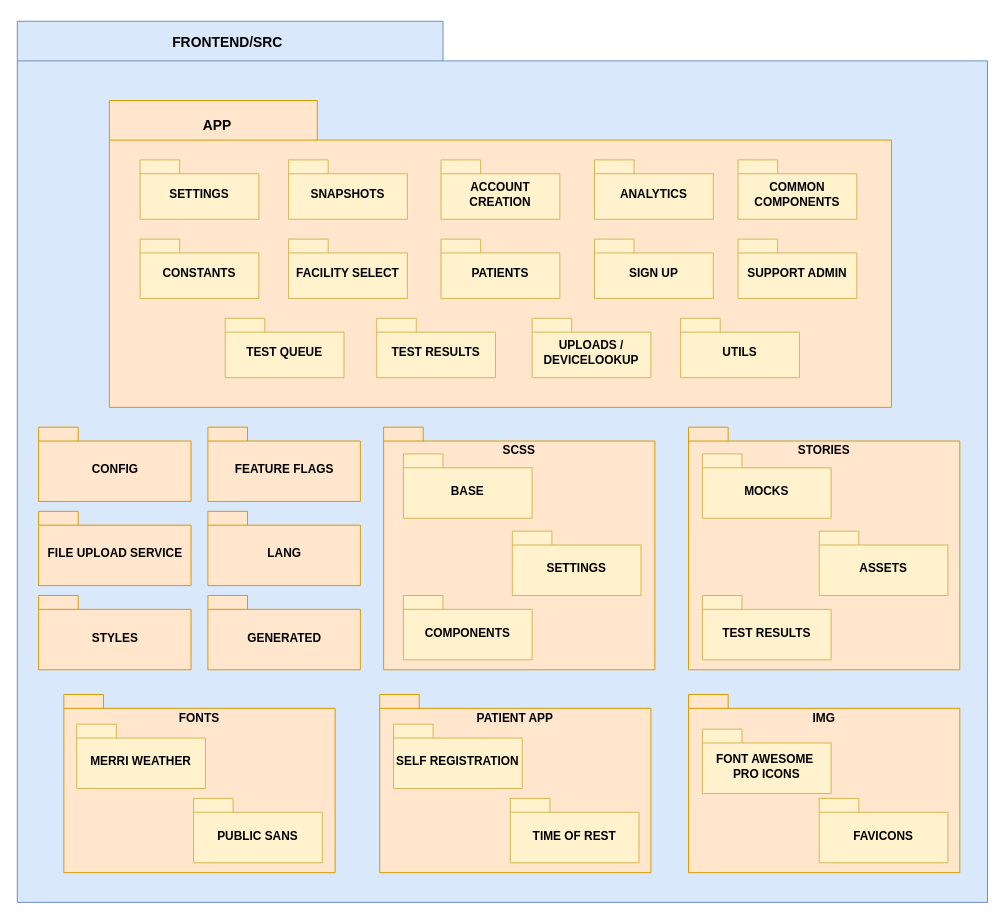
This is VISTA DE DESARROLLO AISS FRONT.drawio from VictorSoler05/DRAW_IO, a draw.io file, before an edit. Source tidied: cells renumbered, new cells numbered last; positions are measured from the earlier drawing's top-left corner, leaving out a move shared by most shapes. Both pictures are drawn from the tidied source at 99%, with x=0, y=0 at pixel (17, 21).
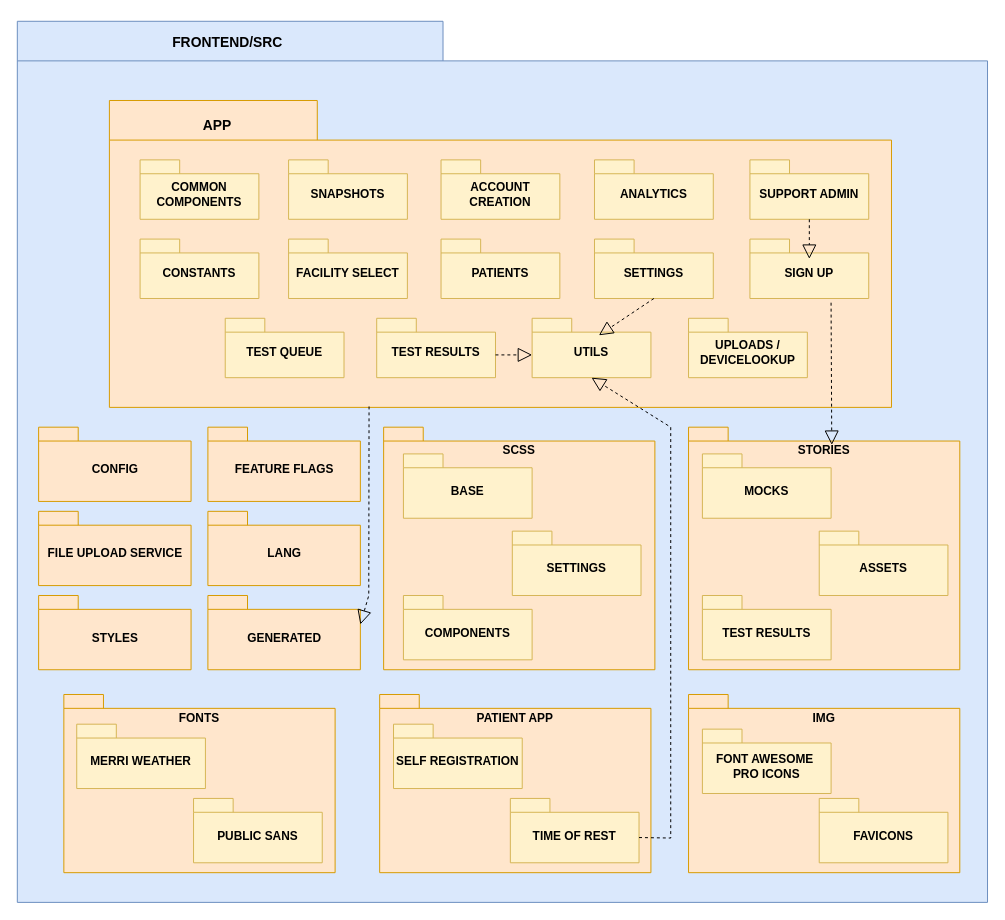
After the change.

The change refers to these unchanged cells:
```xml
<mxCell id="6" value="&amp;nbsp; &amp;nbsp; &amp;nbsp; &amp;nbsp; &amp;nbsp; &amp;nbsp; &amp;nbsp; &amp;nbsp; &amp;nbsp; &amp;nbsp; &amp;nbsp; &amp;nbsp; APP" style="shape=folder;fontStyle=1;spacingTop=10;tabWidth=210;tabHeight=40;tabPosition=left;html=1;whiteSpace=wrap;verticalAlign=top;fillColor=#ffe6cc;strokeColor=#d79b00;align=left;fontSize=14;" parent="1" vertex="1">
  <mxGeometry x="93" y="80" width="790" height="310" as="geometry" />
</mxCell>
<mxCell id="23" value="TEST RESULTS" style="shape=folder;fontStyle=1;spacingTop=10;tabWidth=40;tabHeight=14;tabPosition=left;html=1;whiteSpace=wrap;fillColor=#fff2cc;strokeColor=#d6b656;" parent="1" vertex="1">
  <mxGeometry x="363" y="300" width="120" height="60" as="geometry" />
</mxCell>
<mxCell id="28" value="GENERATED" style="shape=folder;fontStyle=1;spacingTop=10;tabWidth=40;tabHeight=14;tabPosition=left;html=1;whiteSpace=wrap;verticalAlign=middle;fillColor=#ffe6cc;strokeColor=#d79b00;" parent="1" vertex="1">
  <mxGeometry x="192.5" y="580" width="154" height="75" as="geometry" />
</mxCell>
<mxCell id="31" value="TIME OF REST" style="shape=folder;fontStyle=1;spacingTop=10;tabWidth=40;tabHeight=14;tabPosition=left;html=1;whiteSpace=wrap;fillColor=#fff2cc;strokeColor=#d6b656;" parent="1" vertex="1">
  <mxGeometry x="498" y="785" width="130" height="65" as="geometry" />
</mxCell>
<mxCell id="37" value="STORIES" style="shape=folder;fontStyle=1;spacingTop=10;tabWidth=40;tabHeight=14;tabPosition=left;html=1;whiteSpace=wrap;verticalAlign=top;fillColor=#ffe6cc;strokeColor=#d79b00;" parent="1" vertex="1">
  <mxGeometry x="678" y="410" width="274" height="245" as="geometry" />
</mxCell>
```

The edit, as a diff of the source:
```diff
@@
     <mxCell id="11" value="COMMON COMPONENTS" style="shape=folder;fontStyle=1;spacingTop=10;tabWidth=40;tabHeight=14;tabPosition=left;html=1;whiteSpace=wrap;fillColor=#fff2cc;strokeColor=#d6b656;" parent="1" vertex="1">
-      <mxGeometry x="728" y="140" width="120" height="60" as="geometry" />
+      <mxGeometry x="124" y="140" width="120" height="60" as="geometry" />
     </mxCell>
@@
     <mxCell id="13" value="SIGN UP" style="shape=folder;fontStyle=1;spacingTop=10;tabWidth=40;tabHeight=14;tabPosition=left;html=1;whiteSpace=wrap;fillColor=#fff2cc;strokeColor=#d6b656;" parent="1" vertex="1">
-      <mxGeometry x="583" y="220" width="120" height="60" as="geometry" />
+      <mxGeometry x="740" y="220" width="120" height="60" as="geometry" />
     </mxCell>
@@
     <mxCell id="20" value="SETTINGS" style="shape=folder;fontStyle=1;spacingTop=10;tabWidth=40;tabHeight=14;tabPosition=left;html=1;whiteSpace=wrap;fillColor=#fff2cc;strokeColor=#d6b656;" parent="1" vertex="1">
-      <mxGeometry x="124" y="140" width="120" height="60" as="geometry" />
+      <mxGeometry x="583" y="220" width="120" height="60" as="geometry" />
     </mxCell>
     <mxCell id="21" value="UTILS" style="shape=folder;fontStyle=1;spacingTop=10;tabWidth=40;tabHeight=14;tabPosition=left;html=1;whiteSpace=wrap;fillColor=#fff2cc;strokeColor=#d6b656;" parent="1" vertex="1">
-      <mxGeometry x="670" y="300" width="120" height="60" as="geometry" />
+      <mxGeometry x="520" y="300" width="120" height="60" as="geometry" />
     </mxCell>
     <mxCell id="22" value="UPLOADS / DEVICELOOKUP" style="shape=folder;fontStyle=1;spacingTop=10;tabWidth=40;tabHeight=14;tabPosition=left;html=1;whiteSpace=wrap;fillColor=#fff2cc;strokeColor=#d6b656;" parent="1" vertex="1">
-      <mxGeometry x="520" y="300" width="120" height="60" as="geometry" />
+      <mxGeometry x="678" y="300" width="120" height="60" as="geometry" />
     </mxCell>
@@
     <mxCell id="24" value="SUPPORT ADMIN" style="shape=folder;fontStyle=1;spacingTop=10;tabWidth=40;tabHeight=14;tabPosition=left;html=1;whiteSpace=wrap;fillColor=#fff2cc;strokeColor=#d6b656;" parent="1" vertex="1">
-      <mxGeometry x="728" y="220" width="120" height="60" as="geometry" />
+      <mxGeometry x="740" y="140" width="120" height="60" as="geometry" />
     </mxCell>
@@
+    <mxCell id="43" style="endArrow=block;dashed=1;endFill=0;endSize=12;html=1;rounded=0;exitX=0;exitY=0;exitDx=120;exitDy=37;exitPerimeter=0;entryX=0;entryY=0;entryDx=0;entryDy=37;entryPerimeter=0;" parent="1" edge="1" source="23" target="21">
+      <mxGeometry relative="1" as="geometry" />
+    </mxCell>
+    <mxCell id="44" style="endArrow=block;dashed=1;endFill=0;endSize=12;html=1;rounded=0;exitX=0.5;exitY=1;exitDx=0;exitDy=0;exitPerimeter=0;entryX=0.562;entryY=0.286;entryDx=0;entryDy=0;entryPerimeter=0;" parent="1" edge="1" source="20" target="21">
+      <mxGeometry relative="1" as="geometry" />
+    </mxCell>
+    <mxCell id="45" style="endArrow=block;dashed=1;endFill=0;endSize=12;html=1;rounded=0;exitX=0;exitY=0;exitDx=130;exitDy=39.5;exitPerimeter=0;entryX=0.5;entryY=1;entryDx=0;entryDy=0;entryPerimeter=0;" parent="1" edge="1" source="31" target="21">
+      <mxGeometry relative="1" as="geometry">
+        <Array as="points">
+          <mxPoint x="660" y="825" />
+          <mxPoint x="660" y="410" />
+        </Array>
+      </mxGeometry>
+    </mxCell>
+    <mxCell id="46" style="endArrow=block;dashed=1;endFill=0;endSize=12;html=1;rounded=0;" parent="1" edge="1">
+      <mxGeometry relative="1" as="geometry">
+        <mxPoint x="800" y="200" as="sourcePoint" />
+        <mxPoint x="800" y="240" as="targetPoint" />
+      </mxGeometry>
+    </mxCell>
+    <mxCell id="47" style="endArrow=block;dashed=1;endFill=0;endSize=12;html=1;rounded=0;entryX=0.528;entryY=0.073;entryDx=0;entryDy=0;entryPerimeter=0;exitX=0.683;exitY=1.071;exitDx=0;exitDy=0;exitPerimeter=0;" parent="1" edge="1" source="13" target="37">
+      <mxGeometry relative="1" as="geometry" />
+    </mxCell>
+    <mxCell id="48" style="endArrow=block;dashed=1;endFill=0;endSize=12;html=1;rounded=0;exitX=0.332;exitY=0.997;exitDx=0;exitDy=0;exitPerimeter=0;entryX=0;entryY=0;entryDx=154;entryDy=29.25;entryPerimeter=0;" parent="1" edge="1" source="6" target="28">
+      <mxGeometry relative="1" as="geometry">
+        <Array as="points">
+          <mxPoint x="355" y="580" />
+        </Array>
+      </mxGeometry>
+    </mxCell>
```
